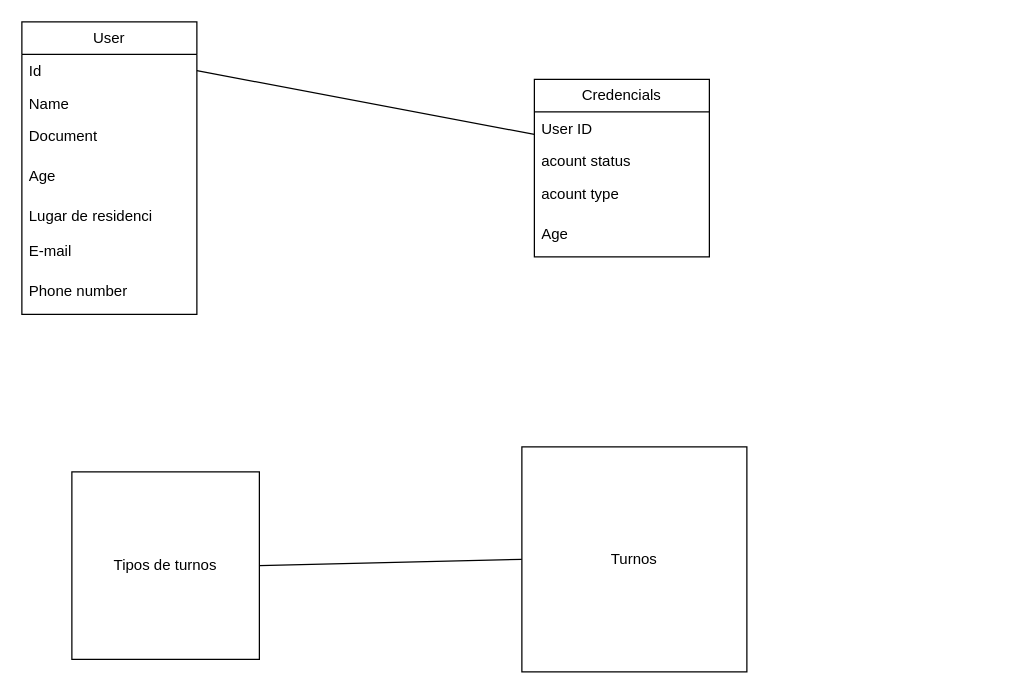
Earlier version of the draw.io diagram DiagramaDeEntesBancoM3.drawio (TomasRamis/M3-banckDiagram). Source tidied: cells renumbered, new cells numbered last; positions are measured from the earlier drawing's top-left corner, leaving out a move shared by most shapes. Both pictures are drawn from the tidied source at 125%, with x=0, y=0 at pixel (21, 21).
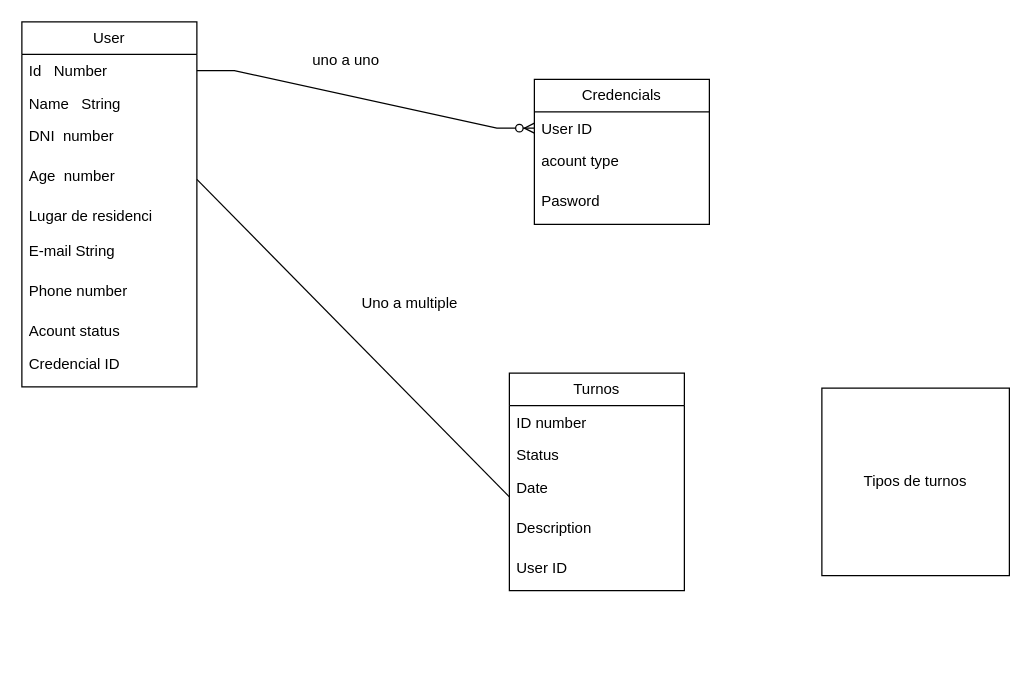
After the change.

The change refers to these unchanged cells:
```xml
<mxCell id="16" value="User ID" style="text;strokeColor=none;fillColor=none;align=left;verticalAlign=top;spacingLeft=4;spacingRight=4;overflow=hidden;points=[[0,0.5],[1,0.5]];portConstraint=eastwest;whiteSpace=wrap;html=1;" parent="15" vertex="1">
  <mxGeometry y="26" width="140" height="26" as="geometry" />
</mxCell>
```

Diff of the diagram source:
```diff
@@
-    <mxCell id="2" style="endArrow=none;html=1;rounded=0;exitX=1;exitY=0.5;exitDx=0;exitDy=0;entryX=0;entryY=0.5;entryDx=0;entryDy=0;" parent="1" edge="1" source="7">
-      <mxGeometry relative="1" as="geometry">
-        <mxPoint x="410" y="90" as="targetPoint" />
-      </mxGeometry>
-    </mxCell>
     <mxCell id="3" value="Tipos de turnos" style="whiteSpace=wrap;html=1;" parent="1" vertex="1">
-      <mxGeometry x="40" y="360" width="150" height="150" as="geometry" />
+      <mxGeometry x="640" y="293" width="150" height="150" as="geometry" />
     </mxCell>
-    <mxCell id="4" style="endArrow=none;html=1;rounded=0;exitX=1;exitY=0.5;exitDx=0;exitDy=0;entryX=0;entryY=0.5;entryDx=0;entryDy=0;" parent="1" edge="1" source="3" target="5">
-      <mxGeometry relative="1" as="geometry" />
+    <mxCell id="4" style="endArrow=none;html=1;rounded=0;exitX=1;exitY=0.5;exitDx=0;exitDy=0;entryX=0;entryY=0.5;entryDx=0;entryDy=0;" parent="1" edge="1" source="10">
+      <mxGeometry relative="1" as="geometry">
+        <mxPoint x="390" y="380" as="targetPoint" />
+      </mxGeometry>
     </mxCell>
-    <mxCell id="5" value="Turnos" style="whiteSpace=wrap;html=1;" parent="1" vertex="1">
-      <mxGeometry x="400" y="340" width="180" height="180" as="geometry" />
-    </mxCell>
     <mxCell id="6" value="User" style="swimlane;fontStyle=0;horizontal=1;startSize=26;fillColor=none;whiteSpace=wrap;html=1;" parent="1" vertex="1">
-      <mxGeometry width="140" height="234" as="geometry" />
+      <mxGeometry width="140" height="292" as="geometry" />
     </mxCell>
-    <mxCell id="7" value="Id" style="text;strokeColor=none;fillColor=none;align=left;verticalAlign=top;spacingLeft=4;spacingRight=4;overflow=hidden;points=[[0,0.5],[1,0.5]];portConstraint=eastwest;whiteSpace=wrap;html=1;" parent="6" vertex="1">
+    <mxCell id="7" value="Id&amp;nbsp; &amp;nbsp;Number" style="text;strokeColor=none;fillColor=none;align=left;verticalAlign=top;spacingLeft=4;spacingRight=4;overflow=hidden;points=[[0,0.5],[1,0.5]];portConstraint=eastwest;whiteSpace=wrap;html=1;" parent="6" vertex="1">
       <mxGeometry y="26" width="140" height="26" as="geometry" />
     </mxCell>
-    <mxCell id="8" value="Name" style="text;strokeColor=none;fillColor=none;align=left;verticalAlign=top;spacingLeft=4;spacingRight=4;overflow=hidden;whiteSpace=wrap;html=1;" parent="6" vertex="1">
+    <mxCell id="8" value="Name&amp;nbsp; &amp;nbsp;String" style="text;strokeColor=none;fillColor=none;align=left;verticalAlign=top;spacingLeft=4;spacingRight=4;overflow=hidden;whiteSpace=wrap;html=1;" parent="6" vertex="1">
       <mxGeometry y="52" width="140" height="26" as="geometry" />
     </mxCell>
-    <mxCell id="9" value="Document" style="text;strokeColor=none;fillColor=none;align=left;verticalAlign=top;spacingLeft=4;spacingRight=4;overflow=hidden;whiteSpace=wrap;html=1;" parent="6" vertex="1">
+    <mxCell id="9" value="DNI&amp;nbsp; number" style="text;strokeColor=none;fillColor=none;align=left;verticalAlign=top;spacingLeft=4;spacingRight=4;overflow=hidden;whiteSpace=wrap;html=1;" parent="6" vertex="1">
       <mxGeometry y="78" width="140" height="32" as="geometry" />
     </mxCell>
-    <mxCell id="10" value="Age" style="text;strokeColor=none;fillColor=none;align=left;verticalAlign=top;spacingLeft=4;spacingRight=4;overflow=hidden;points=[[0,0.5],[1,0.5]];portConstraint=eastwest;whiteSpace=wrap;html=1;" parent="6" vertex="1">
+    <mxCell id="10" value="Age&amp;nbsp; number" style="text;strokeColor=none;fillColor=none;align=left;verticalAlign=top;spacingLeft=4;spacingRight=4;overflow=hidden;points=[[0,0.5],[1,0.5]];portConstraint=eastwest;whiteSpace=wrap;html=1;" parent="6" vertex="1">
       <mxGeometry y="110" width="140" height="32" as="geometry" />
     </mxCell>
@@
-    <mxCell id="12" value="E-mail" style="text;strokeColor=none;fillColor=none;align=left;verticalAlign=top;spacingLeft=4;spacingRight=4;overflow=hidden;whiteSpace=wrap;html=1;" parent="6" vertex="1">
+    <mxCell id="12" value="E-mail String" style="text;strokeColor=none;fillColor=none;align=left;verticalAlign=top;spacingLeft=4;spacingRight=4;overflow=hidden;whiteSpace=wrap;html=1;" parent="6" vertex="1">
       <mxGeometry y="170" width="140" height="32" as="geometry" />
     </mxCell>
@@
+    <mxCell id="21" value="Acount status" style="text;strokeColor=none;fillColor=none;align=left;verticalAlign=top;spacingLeft=4;spacingRight=4;overflow=hidden;whiteSpace=wrap;html=1;" parent="6" vertex="1">
+      <mxGeometry y="234" width="140" height="26" as="geometry" />
+    </mxCell>
+    <mxCell id="22" value="Credencial ID" style="text;strokeColor=none;fillColor=none;align=left;verticalAlign=top;spacingLeft=4;spacingRight=4;overflow=hidden;whiteSpace=wrap;html=1;" parent="6" vertex="1">
+      <mxGeometry y="260" width="140" height="32" as="geometry" />
+    </mxCell>
     <mxCell id="15" value="Credencials" style="swimlane;fontStyle=0;horizontal=1;startSize=26;fillColor=none;whiteSpace=wrap;html=1;" parent="1" vertex="1">
-      <mxGeometry x="410" y="46" width="140" height="142" as="geometry" />
+      <mxGeometry x="410" y="46" width="140" height="116" as="geometry" />
     </mxCell>
@@
-    <mxCell id="17" value="acount status" style="text;strokeColor=none;fillColor=none;align=left;verticalAlign=top;spacingLeft=4;spacingRight=4;overflow=hidden;whiteSpace=wrap;html=1;" parent="15" vertex="1">
-      <mxGeometry y="52" width="140" height="26" as="geometry" />
-    </mxCell>
     <mxCell id="18" value="acount type" style="text;strokeColor=none;fillColor=none;align=left;verticalAlign=top;spacingLeft=4;spacingRight=4;overflow=hidden;whiteSpace=wrap;html=1;" parent="15" vertex="1">
-      <mxGeometry y="78" width="140" height="32" as="geometry" />
+      <mxGeometry y="52" width="140" height="32" as="geometry" />
     </mxCell>
-    <mxCell id="19" value="Age" style="text;strokeColor=none;fillColor=none;align=left;verticalAlign=top;spacingLeft=4;spacingRight=4;overflow=hidden;whiteSpace=wrap;html=1;" parent="15" vertex="1">
-      <mxGeometry y="110" width="140" height="32" as="geometry" />
-    </mxCell>
@@
+    <mxCell id="23" value="Pasword" style="text;strokeColor=none;fillColor=none;align=left;verticalAlign=top;spacingLeft=4;spacingRight=4;overflow=hidden;whiteSpace=wrap;html=1;" parent="15" vertex="1">
+      <mxGeometry y="84" width="140" height="32" as="geometry" />
+    </mxCell>
+    <mxCell id="24" style="edgeStyle=entityRelationEdgeStyle;fontSize=12;html=1;endArrow=ERzeroToMany;endFill=1;rounded=0;exitX=1;exitY=0.5;exitDx=0;exitDy=0;" parent="1" edge="1" source="7" target="16">
+      <mxGeometry relative="1" as="geometry" />
+    </mxCell>
+    <mxCell id="25" value="uno a uno" style="text;html=1;align=center;verticalAlign=middle;strokeColor=none;fillColor=none;" parent="1" vertex="1">
+      <mxGeometry x="219" y="16" width="80" height="30" as="geometry" />
+    </mxCell>
+    <mxCell id="5" value="Turnos" style="swimlane;fontStyle=0;horizontal=1;startSize=26;fillColor=none;whiteSpace=wrap;html=1;" parent="1" vertex="1">
+      <mxGeometry x="390" y="281" width="140" height="174" as="geometry" />
+    </mxCell>
+    <mxCell id="26" value="ID number" style="text;strokeColor=none;fillColor=none;align=left;verticalAlign=top;spacingLeft=4;spacingRight=4;overflow=hidden;points=[[0,0.5],[1,0.5]];portConstraint=eastwest;whiteSpace=wrap;html=1;" parent="5" vertex="1">
+      <mxGeometry y="26" width="140" height="26" as="geometry" />
+    </mxCell>
+    <mxCell id="27" value="Status" style="text;strokeColor=none;fillColor=none;align=left;verticalAlign=top;spacingLeft=4;spacingRight=4;overflow=hidden;whiteSpace=wrap;html=1;" parent="5" vertex="1">
+      <mxGeometry y="52" width="140" height="26" as="geometry" />
+    </mxCell>
+    <mxCell id="28" value="Date" style="text;strokeColor=none;fillColor=none;align=left;verticalAlign=top;spacingLeft=4;spacingRight=4;overflow=hidden;whiteSpace=wrap;html=1;" parent="5" vertex="1">
+      <mxGeometry y="78" width="140" height="32" as="geometry" />
+    </mxCell>
+    <mxCell id="29" style="edgeStyle=orthogonalEdgeStyle;rounded=0;orthogonalLoop=1;jettySize=auto;html=1;exitX=1;exitY=0.5;exitDx=0;exitDy=0;" parent="5" edge="1" source="26" target="26">
+      <mxGeometry relative="1" as="geometry" />
+    </mxCell>
+    <mxCell id="30" value="Description" style="text;strokeColor=none;fillColor=none;align=left;verticalAlign=top;spacingLeft=4;spacingRight=4;overflow=hidden;whiteSpace=wrap;html=1;" parent="5" vertex="1">
+      <mxGeometry y="110" width="140" height="32" as="geometry" />
+    </mxCell>
+    <mxCell id="31" value="User ID" style="text;strokeColor=none;fillColor=none;align=left;verticalAlign=top;spacingLeft=4;spacingRight=4;overflow=hidden;whiteSpace=wrap;html=1;" parent="5" vertex="1">
+      <mxGeometry y="142" width="140" height="32" as="geometry" />
+    </mxCell>
+    <mxCell id="32" value="Uno a multiple" style="text;html=1;align=center;verticalAlign=middle;strokeColor=none;fillColor=none;" parent="1" vertex="1">
+      <mxGeometry x="260" y="210" width="100" height="30" as="geometry" />
+    </mxCell>
```
